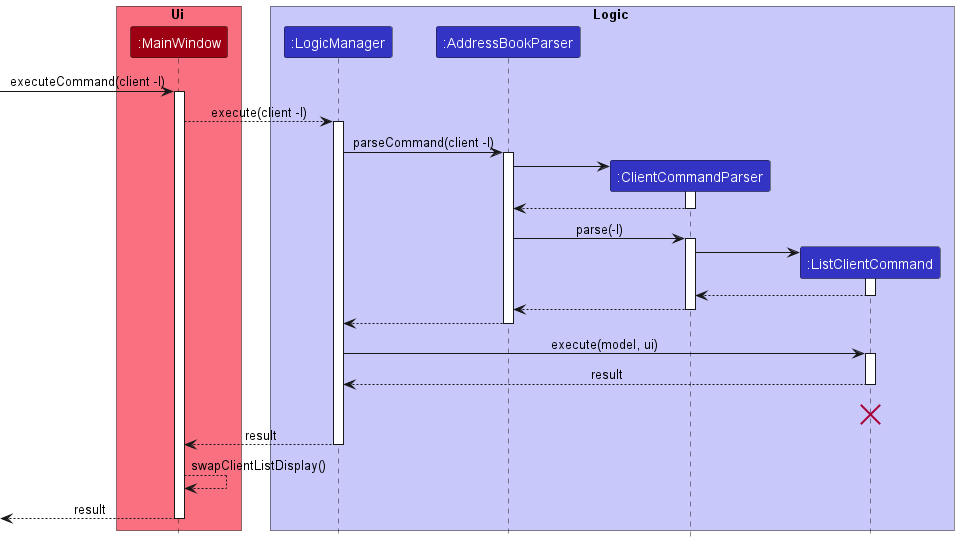
This is docs/images/ListSequenceDiagram.png from nus-cs2103-AY2223S1/tp, a PlantUML export, as it was before one commit.
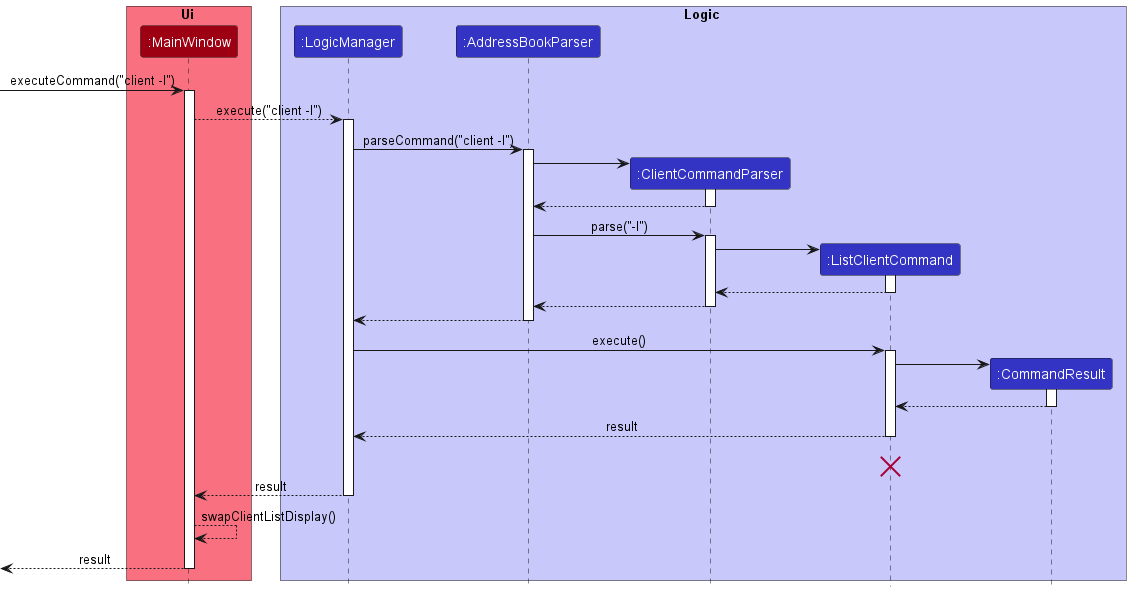
The same file after the commit.

The edit, as a diff of the source:
```diff
@@ -10,15 +10,16 @@
 participant ":AddressBookParser" as AddressBookParser LOGIC_COLOR
 participant ":ClientCommandParser" as ClientCommandParser LOGIC_COLOR
 participant ":ListClientCommand" as ListClientCommand LOGIC_COLOR
+participant ":CommandResult" as CommandResult LOGIC_COLOR
 end box
 
-[-> MainWindow : executeCommand(client -l)
+[-> MainWindow : executeCommand("client -l")
 activate MainWindow
 
-MainWindow --> LogicManager : execute(client -l)
+MainWindow --> LogicManager : execute("client -l")
 activate LogicManager
 
-LogicManager -> AddressBookParser : parseCommand(client -l)
+LogicManager -> AddressBookParser : parseCommand("client -l")
 activate AddressBookParser
 
 create ClientCommandParser
@@ -26,7 +27,7 @@
 activate ClientCommandParser
 ClientCommandParser --> AddressBookParser
 deactivate ClientCommandParser
-AddressBookParser -> ClientCommandParser : parse(-l)
+AddressBookParser -> ClientCommandParser : parse("-l")
 activate ClientCommandParser
 
 create ListClientCommand
@@ -42,8 +43,15 @@
 AddressBookParser --> LogicManager
 deactivate AddressBookParser
 
-LogicManager -> ListClientCommand : execute(model, ui)
+LogicManager -> ListClientCommand : execute()
 activate ListClientCommand
+
+create CommandResult
+ListClientCommand -> CommandResult
+activate CommandResult
+
+CommandResult --> ListClientCommand
+deactivate CommandResult
 
 ListClientCommand --> LogicManager : result
 deactivate ListClientCommand
```
